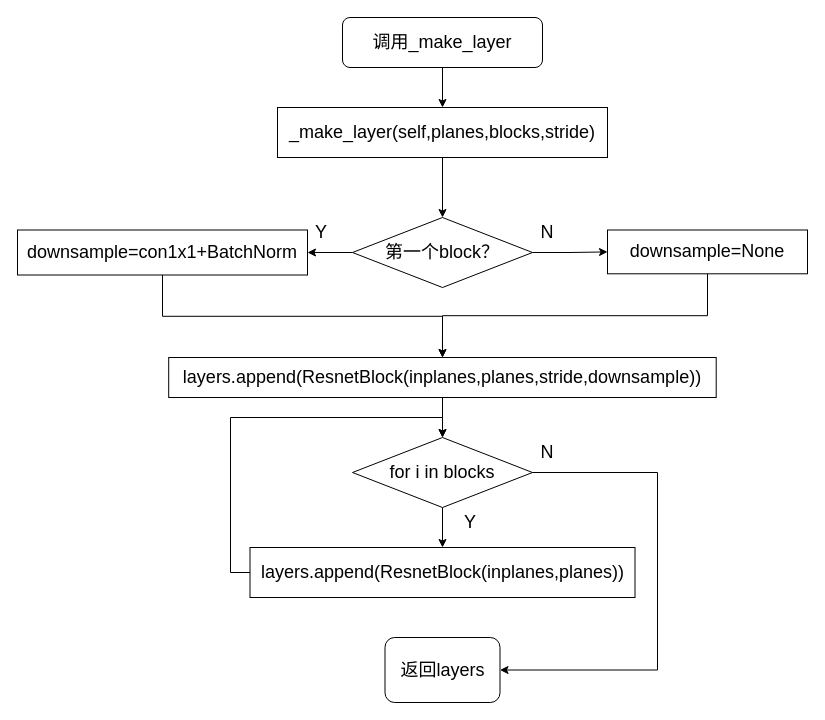
Dong-J93/_pictures keeps this draw.io diagram as thesis_make_layers.drawio. Above is the earlier version. Source tidied: cells renumbered, new cells numbered last; positions are measured from the earlier drawing's top-left corner, leaving out a move shared by most shapes. Both pictures are drawn from the tidied source at 100%, with x=0, y=0 at pixel (17, 17).
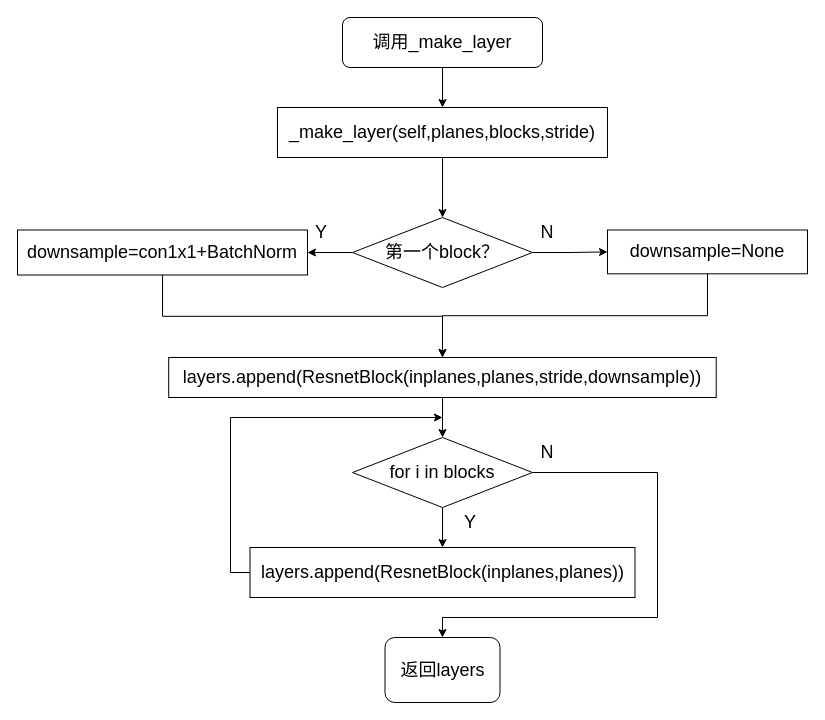
After the change.

The change refers to these unchanged cells:
```xml
<mxCell id="9" value="&lt;font style=&quot;font-size: 18px;&quot;&gt;for i in blocks&lt;/font&gt;" style="rhombus;whiteSpace=wrap;html=1;" parent="1" vertex="1">
  <mxGeometry x="335" y="420" width="180" height="70" as="geometry" />
</mxCell>
<mxCell id="11" value="&lt;font style=&quot;font-size: 18px;&quot;&gt;layers.append(ResnetBlock(inplanes,planes))&lt;/font&gt;" style="rounded=0;whiteSpace=wrap;html=1;" parent="1" vertex="1">
  <mxGeometry x="232.5" y="530" width="385" height="50" as="geometry" />
</mxCell>
<mxCell id="14" value="&lt;font style=&quot;font-size: 18px;&quot;&gt;返回layers&lt;/font&gt;" style="rounded=1;whiteSpace=wrap;html=1;" parent="1" vertex="1">
  <mxGeometry x="367.5" y="620" width="115" height="65" as="geometry" />
</mxCell>
```

What changed in the source:
```diff
@@
-    <mxCell id="8" style="edgeStyle=orthogonalEdgeStyle;rounded=0;jettySize=auto;html=1;exitX=1;exitY=0.5;exitDx=0;exitDy=0;entryX=1;entryY=0.5;entryDx=0;entryDy=0;" parent="1" edge="1" source="9" target="14">
+    <mxCell id="8" style="edgeStyle=orthogonalEdgeStyle;rounded=0;jettySize=auto;html=1;exitX=1;exitY=0.5;exitDx=0;exitDy=0;entryX=0.5;entryY=0;entryDx=0;entryDy=0;" parent="1" edge="1" source="9" target="14">
       <mxGeometry relative="1" as="geometry">
         <Array as="points">
           <mxPoint x="640" y="455" />
-          <mxPoint x="640" y="653" />
+          <mxPoint x="640" y="600" />
+          <mxPoint x="425" y="600" />
         </Array>
       </mxGeometry>
     </mxCell>
@@
-    <mxCell id="10" style="edgeStyle=orthogonalEdgeStyle;rounded=0;jettySize=auto;html=1;exitX=0;exitY=0.5;exitDx=0;exitDy=0;entryX=0.5;entryY=0;entryDx=0;entryDy=0;" parent="1" edge="1" source="11" target="9">
+    <mxCell id="10" style="edgeStyle=orthogonalEdgeStyle;rounded=0;jettySize=auto;html=1;exitX=0;exitY=0.5;exitDx=0;exitDy=0;" parent="1" edge="1" source="11">
       <mxGeometry relative="1" as="geometry">
+        <mxPoint x="425" y="400" as="targetPoint" />
         <Array as="points">
           <mxPoint x="213" y="555" />
           <mxPoint x="213" y="400" />
           <mxPoint x="425" y="400" />
         </Array>
       </mxGeometry>
     </mxCell>
```
